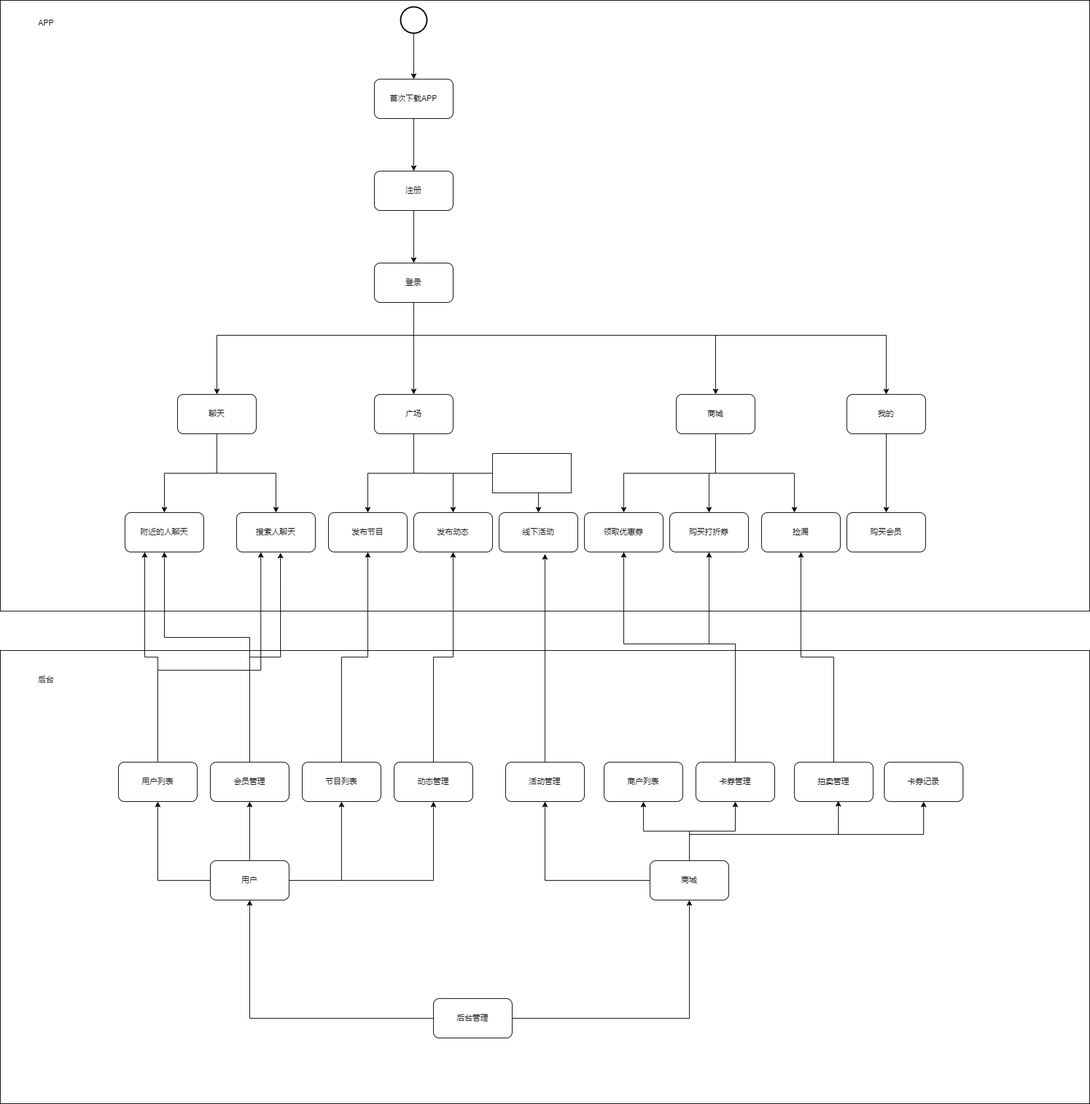
The draw.io diagram Untitled Diagram.drawio.png in suibianlx/business_architect, before a commit. Source tidied: cells renumbered, new cells last; positions are measured from the earlier drawing's top-left corner, leaving out a move shared by most shapes.
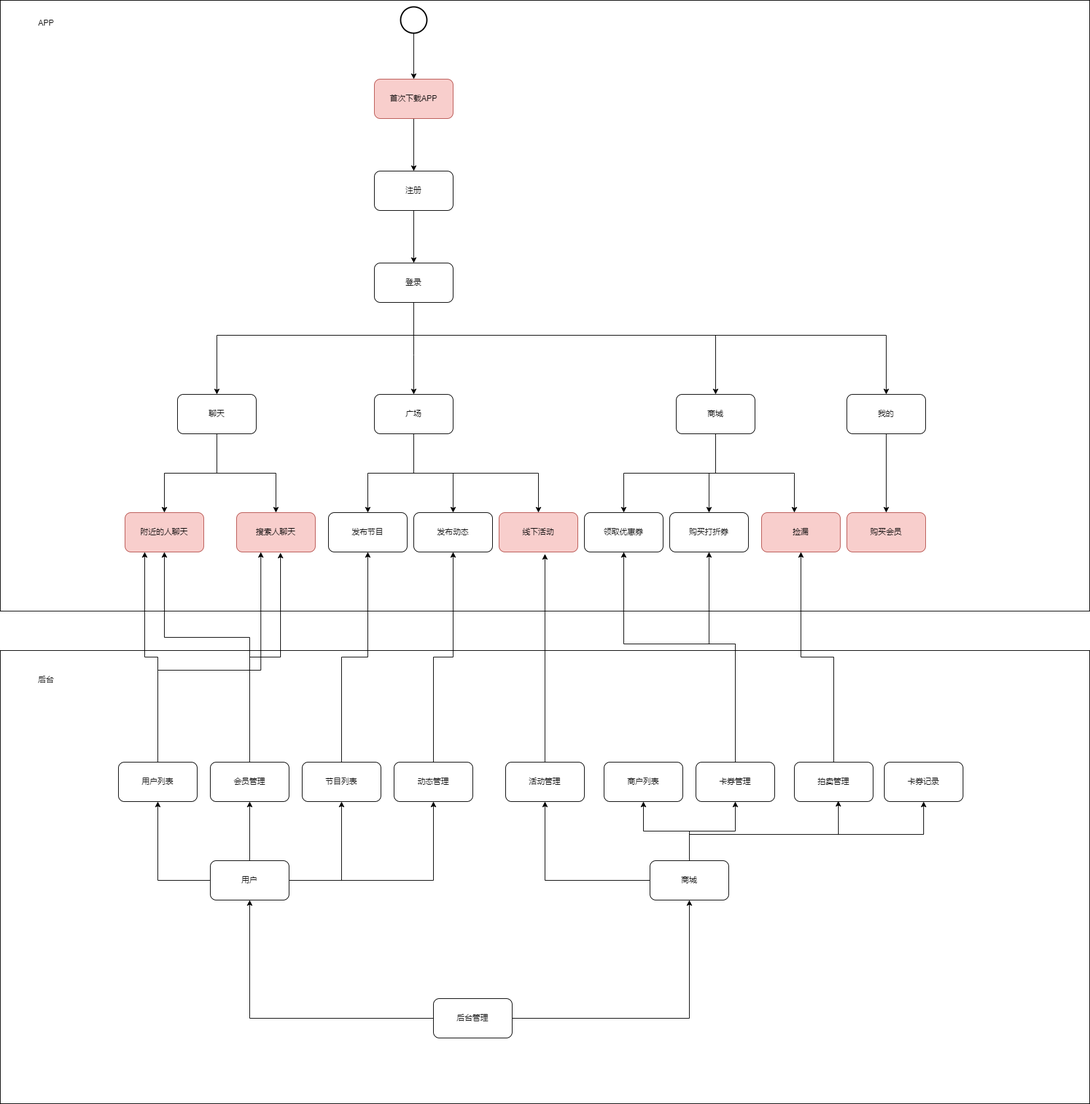
The same diagram one commit later.

Change to the diagram source:
```diff
@@ -17,7 +17,7 @@
     <mxCell id="6" style="edgeStyle=orthogonalEdgeStyle;rounded=0;jettySize=auto;html=1;" parent="1" edge="1" source="7" target="9">
       <mxGeometry relative="1" as="geometry" />
     </mxCell>
-    <mxCell id="7" value="首次下载APP" style="rounded=1;whiteSpace=wrap;html=1;" parent="1" vertex="1">
+    <mxCell id="7" value="首次下载APP" style="rounded=1;whiteSpace=wrap;html=1;fillColor=#f8cecc;strokeColor=#b85450;" parent="1" vertex="1">
       <mxGeometry x="570" y="120" width="120" height="60" as="geometry" />
     </mxCell>
     <mxCell id="8" style="edgeStyle=orthogonalEdgeStyle;rounded=0;jettySize=auto;html=1;" parent="1" edge="1" source="9" target="14">
@@ -61,10 +61,10 @@
     <mxCell id="14" value="登录" style="whiteSpace=wrap;html=1;rounded=1;" parent="1" vertex="1">
       <mxGeometry x="570" y="400" width="120" height="60" as="geometry" />
     </mxCell>
-    <mxCell id="15" value="附近的人聊天" style="whiteSpace=wrap;html=1;rounded=1;" parent="1" vertex="1">
+    <mxCell id="15" value="附近的人聊天" style="whiteSpace=wrap;html=1;rounded=1;fillColor=#f8cecc;strokeColor=#b85450;" parent="1" vertex="1">
       <mxGeometry x="190" y="780" width="120" height="60" as="geometry" />
     </mxCell>
-    <mxCell id="16" value="搜索人聊天" style="whiteSpace=wrap;html=1;rounded=1;" parent="1" vertex="1">
+    <mxCell id="16" value="搜索人聊天" style="whiteSpace=wrap;html=1;rounded=1;fillColor=#f8cecc;strokeColor=#b85450;" parent="1" vertex="1">
       <mxGeometry x="360" y="780" width="120" height="60" as="geometry" />
     </mxCell>
     <mxCell id="17" style="edgeStyle=orthogonalEdgeStyle;rounded=0;jettySize=auto;html=1;" parent="1" edge="1" source="20" target="30">
@@ -127,7 +127,7 @@
     <mxCell id="31" value="发布动态" style="rounded=1;whiteSpace=wrap;html=1;" parent="1" vertex="1">
       <mxGeometry x="630" y="780" width="120" height="60" as="geometry" />
     </mxCell>
-    <mxCell id="32" value="捡漏" style="rounded=1;whiteSpace=wrap;html=1;" parent="1" vertex="1">
+    <mxCell id="32" value="捡漏" style="rounded=1;whiteSpace=wrap;html=1;fillColor=#f8cecc;strokeColor=#b85450;" parent="1" vertex="1">
       <mxGeometry x="1160" y="780" width="120" height="60" as="geometry" />
     </mxCell>
     <mxCell id="33" style="edgeStyle=orthogonalEdgeStyle;rounded=0;jettySize=auto;html=1;" parent="1" edge="1" source="34" target="35">
@@ -136,7 +136,7 @@
     <mxCell id="34" value="我的" style="rounded=1;whiteSpace=wrap;html=1;" parent="1" vertex="1">
       <mxGeometry x="1290" y="600" width="120" height="60" as="geometry" />
     </mxCell>
-    <mxCell id="35" value="购买会员" style="rounded=1;whiteSpace=wrap;html=1;" parent="1" vertex="1">
+    <mxCell id="35" value="购买会员" style="rounded=1;whiteSpace=wrap;html=1;fillColor=#f8cecc;strokeColor=#b85450;" parent="1" vertex="1">
       <mxGeometry x="1290" y="780" width="120" height="60" as="geometry" />
     </mxCell>
     <mxCell id="36" style="edgeStyle=orthogonalEdgeStyle;rounded=0;jettySize=auto;html=1;entryX=0.308;entryY=1;entryDx=0;entryDy=0;entryPerimeter=0;" parent="1" edge="1" source="38" target="16">
@@ -261,7 +261,7 @@
     <mxCell id="64" value="活动管理" style="rounded=1;whiteSpace=wrap;html=1;" parent="1" vertex="1">
       <mxGeometry x="770" y="1160" width="120" height="60" as="geometry" />
     </mxCell>
-    <mxCell id="65" value="线下活动" style="rounded=1;whiteSpace=wrap;html=1;" parent="1" vertex="1">
+    <mxCell id="65" value="线下活动" style="rounded=1;whiteSpace=wrap;html=1;fillColor=#f8cecc;strokeColor=#b85450;" parent="1" vertex="1">
       <mxGeometry x="760" y="780" width="120" height="60" as="geometry" />
     </mxCell>
     <mxCell id="66" style="edgeStyle=orthogonalEdgeStyle;rounded=0;jettySize=auto;html=1;entryX=0.5;entryY=1;entryDx=0;entryDy=0;" parent="1" edge="1" source="68" target="43">
@@ -276,9 +276,6 @@
     <mxCell id="69" value="会员管理" style="rounded=1;whiteSpace=wrap;html=1;" parent="1" vertex="1">
       <mxGeometry x="320" y="1160" width="120" height="60" as="geometry" />
     </mxCell>
-    <mxCell id="70" style="rounded=0;whiteSpace=wrap;html=1;" parent="1" vertex="1">
-      <mxGeometry x="750" y="690" width="120" height="60" as="geometry" />
-    </mxCell>
     <mxCell id="71" value="APP" style="text;html=1;strokeColor=none;fillColor=none;align=center;verticalAlign=middle;whiteSpace=wrap;rounded=0;" parent="1" vertex="1">
       <mxGeometry x="40" y="20" width="60" height="30" as="geometry" />
     </mxCell>
```
